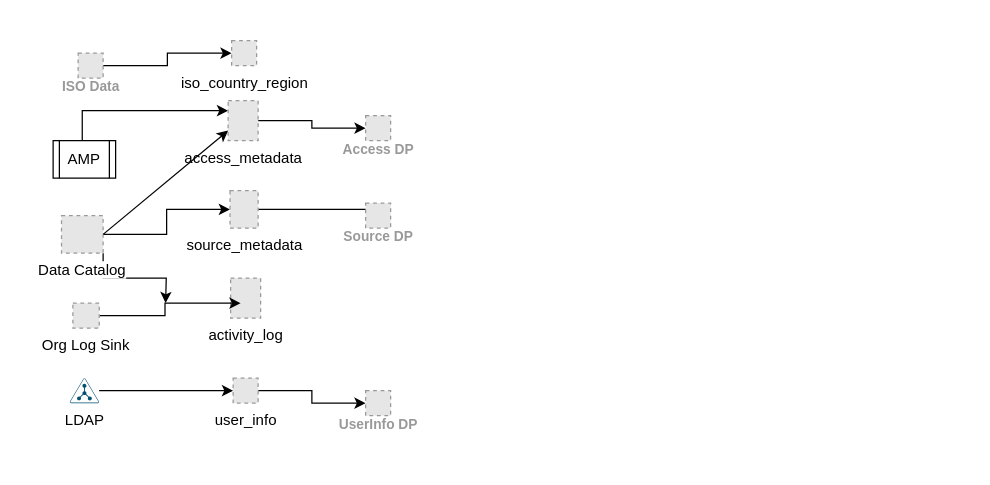
zikzakjack/draw.io keeps this draw.io diagram as splunk_performance_improvement.drawio. Above is the earlier version. Source tidied: cells renumbered, new cells numbered last; positions are measured from the earlier drawing's top-left corner, leaving out a move shared by most shapes. Both pictures are drawn from the tidied source at 125%, with x=0, y=0 at pixel (52, 40). Pictures stored in the file or linked from it are replaced by grey dashed boxes.
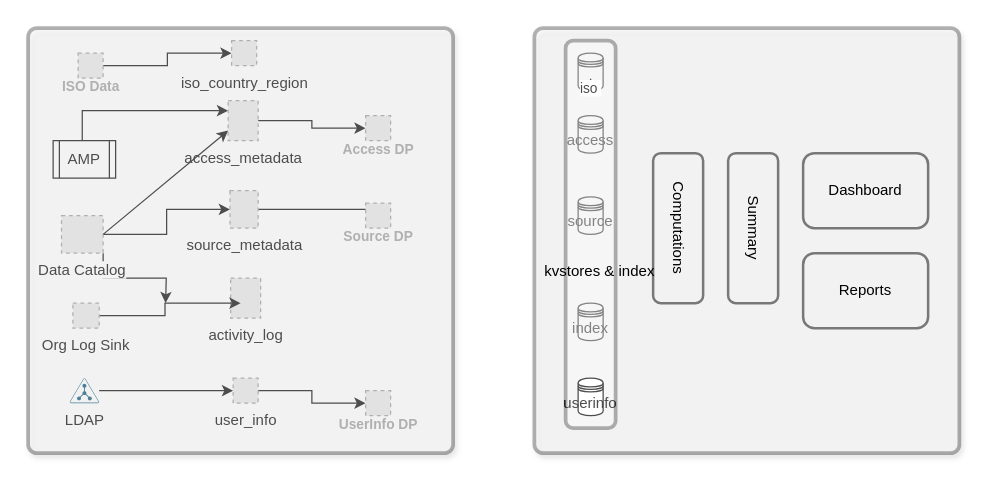
The same page after the edit.

Diff of the diagram source:
```diff
@@
+    <mxCell id="25" style="rounded=1;whiteSpace=wrap;html=1;absoluteArcSize=1;arcSize=14;strokeWidth=3;opacity=30;perimeterSpacing=2;shadow=1;" parent="1" vertex="1">
+      <mxGeometry x="-20" y="-10" width="340" height="340" as="geometry" />
+    </mxCell>
+    <mxCell id="26" style="shape=datastore;whiteSpace=wrap;html=1;" parent="1" vertex="1">
+      <mxGeometry x="420" y="10" width="20" height="30" as="geometry" />
+    </mxCell>
+    <mxCell id="27" value="access" style="shape=datastore;whiteSpace=wrap;html=1;" parent="1" vertex="1">
+      <mxGeometry x="420" y="60" width="20" height="30" as="geometry" />
+    </mxCell>
+    <mxCell id="28" value="source" style="shape=datastore;whiteSpace=wrap;html=1;" parent="1" vertex="1">
+      <mxGeometry x="420" y="125" width="20" height="30" as="geometry" />
+    </mxCell>
+    <mxCell id="29" value="index" style="shape=datastore;whiteSpace=wrap;html=1;" parent="1" vertex="1">
+      <mxGeometry x="420" y="210" width="20" height="30" as="geometry" />
+    </mxCell>
+    <mxCell id="30" style="rounded=1;whiteSpace=wrap;html=1;absoluteArcSize=1;arcSize=14;strokeWidth=3;opacity=30;perimeterSpacing=2;shadow=1;textOpacity=30;" parent="1" vertex="1">
+      <mxGeometry x="385" y="-10" width="340" height="340" as="geometry" />
+    </mxCell>
+    <mxCell id="31" value="userinfo" style="shape=datastore;whiteSpace=wrap;html=1;" parent="1" vertex="1">
+      <mxGeometry x="420" y="270" width="20" height="30" as="geometry" />
+    </mxCell>
+    <mxCell id="32" value="iso&amp;nbsp;" style="edgeStyle=orthogonalEdgeStyle;rounded=0;orthogonalLoop=1;jettySize=auto;html=1;exitX=0.15;exitY=0.95;exitDx=0;exitDy=0;exitPerimeter=0;entryX=0.5;entryY=0.667;entryDx=0;entryDy=0;entryPerimeter=0;" parent="1" edge="1" source="26" target="26">
+      <mxGeometry relative="1" as="geometry" />
+    </mxCell>
+    <mxCell id="33" style="rounded=1;whiteSpace=wrap;html=1;opacity=30;strokeWidth=3;perimeterSpacing=2;" parent="1" vertex="1">
+      <mxGeometry x="410" width="40" height="310" as="geometry" />
+    </mxCell>
+    <mxCell id="34" value="kvstores &amp;amp; index" style="text;html=1;strokeColor=none;fillColor=none;align=center;verticalAlign=middle;whiteSpace=wrap;rounded=0;" parent="1" vertex="1">
+      <mxGeometry x="385" y="170" width="105" height="30" as="geometry" />
+    </mxCell>
+    <mxCell id="35" value="Computations" style="text;html=1;strokeColor=default;fillColor=none;align=center;verticalAlign=middle;whiteSpace=wrap;rounded=1;horizontal=0;rotation=-180;strokeWidth=2;opacity=50;" parent="1" vertex="1">
+      <mxGeometry x="480" y="90" width="40" height="120" as="geometry" />
+    </mxCell>
+    <mxCell id="36" value="Summary" style="text;html=1;strokeColor=default;fillColor=none;align=center;verticalAlign=middle;whiteSpace=wrap;rounded=1;horizontal=0;rotation=-180;strokeWidth=2;opacity=50;" parent="1" vertex="1">
+      <mxGeometry x="540" y="90" width="40" height="120" as="geometry" />
+    </mxCell>
+    <mxCell id="37" value="Dashboard" style="text;html=1;strokeColor=default;fillColor=none;align=center;verticalAlign=middle;whiteSpace=wrap;rounded=1;horizontal=1;rotation=0;strokeWidth=2;opacity=50;" parent="1" vertex="1">
+      <mxGeometry x="600" y="90" width="100" height="60" as="geometry" />
+    </mxCell>
+    <mxCell id="38" value="Reports" style="text;html=1;strokeColor=default;fillColor=none;align=center;verticalAlign=middle;whiteSpace=wrap;rounded=1;horizontal=1;rotation=0;strokeWidth=2;opacity=50;" parent="1" vertex="1">
+      <mxGeometry x="600" y="170" width="100" height="60" as="geometry" />
+    </mxCell>
```
